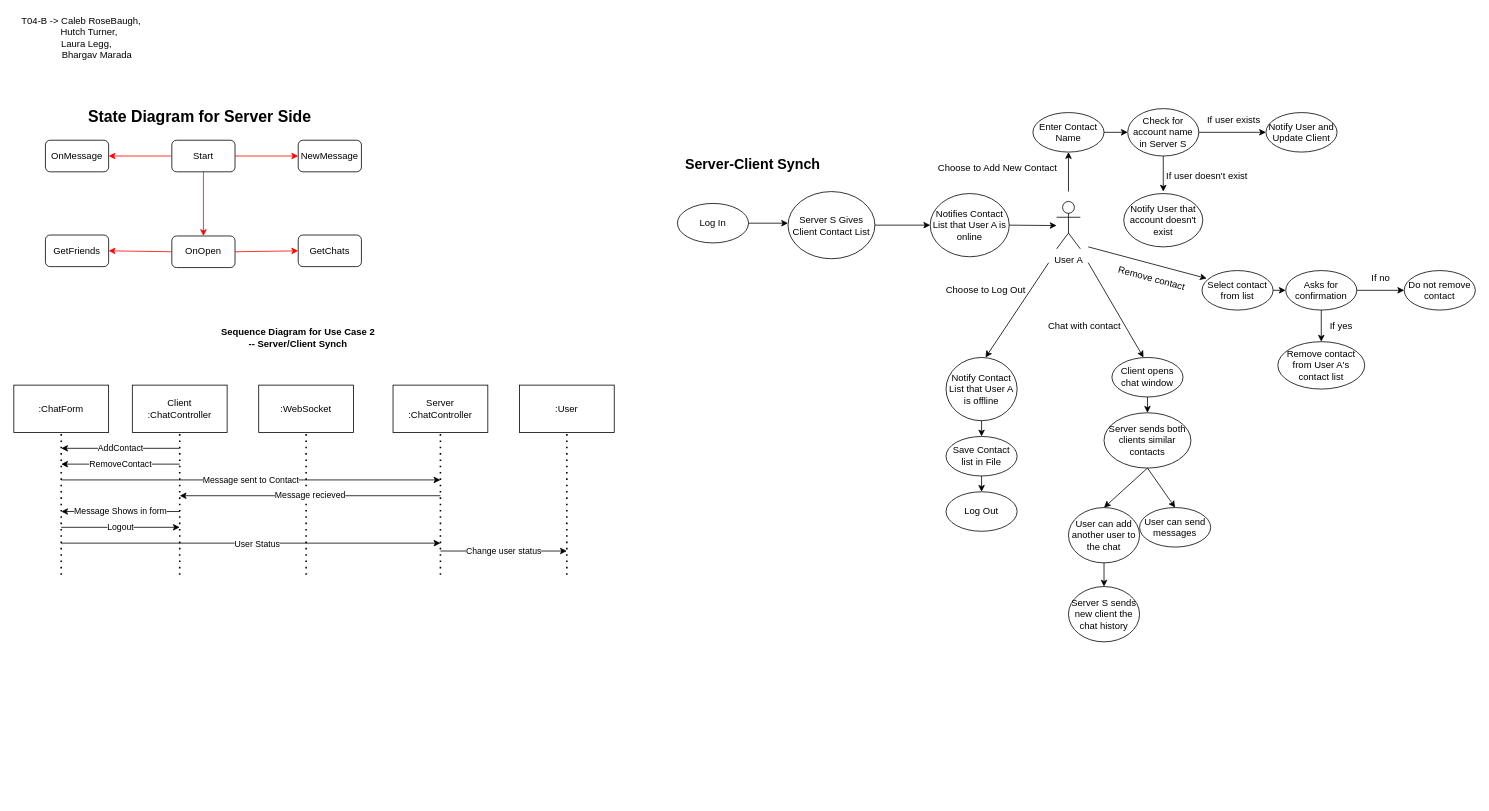
Before: page "Server" (3 of 4) of Chat501App.drawio in Rosebaugh/CS501, a draw.io diagram. Source tidied: cells renumbered, new cells numbered last; positions are measured from the earlier drawing's top-left corner, leaving out a move shared by most shapes. Both pictures are drawn from the tidied source at 79%, with x=0, y=0 at pixel (13, 13).
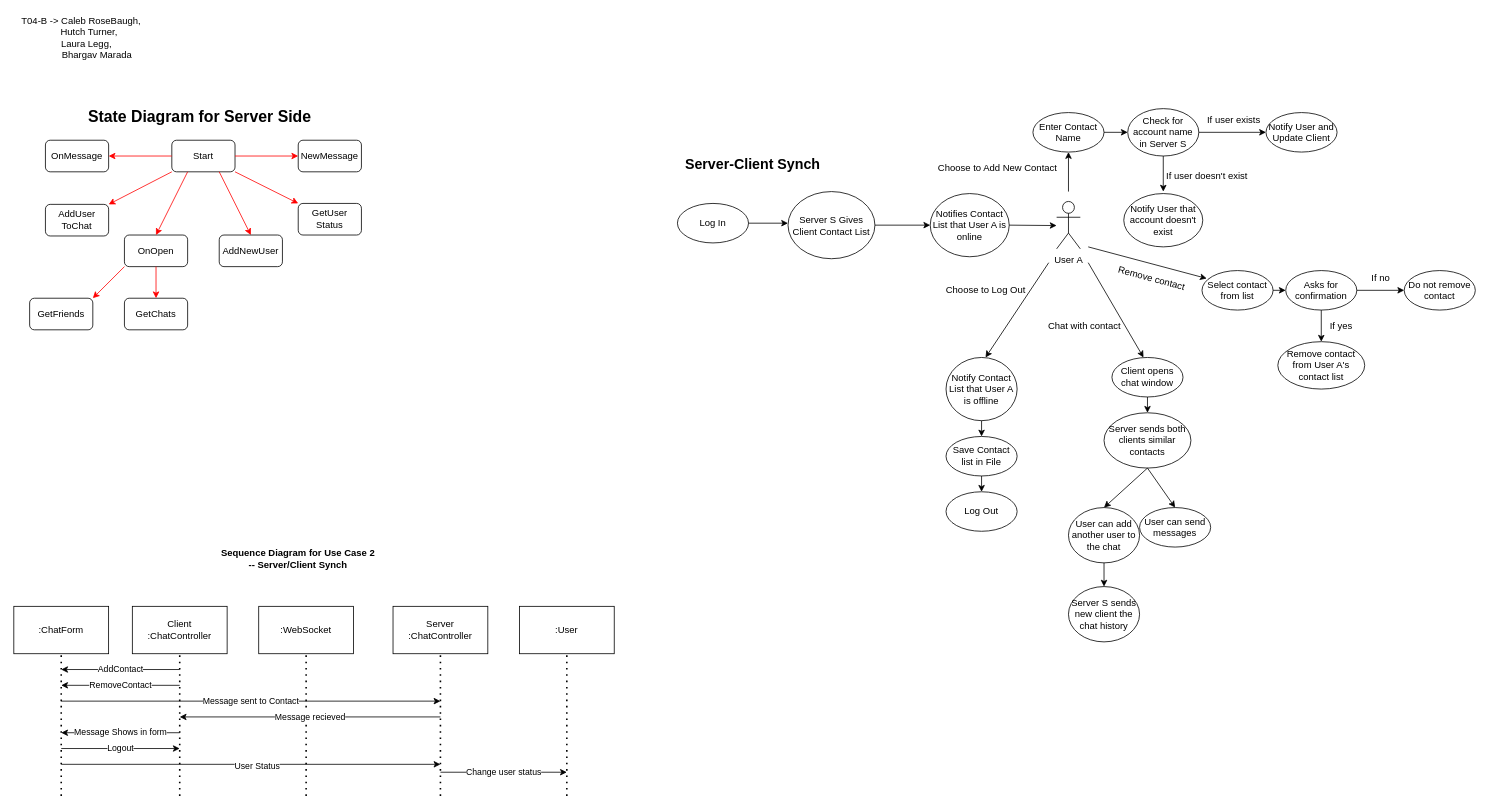
Above is the later version.

The change refers to these unchanged cells:
```xml
<mxCell id="71" value="Start" style="rounded=1;whiteSpace=wrap;html=1;" parent="1" vertex="1">
  <mxGeometry x="200" y="160" width="80" height="40" as="geometry" />
</mxCell>
```

Diff of the diagram source:
```diff
@@
     <mxCell id="51" value=":ChatForm" style="rounded=0;whiteSpace=wrap;html=1;" parent="1" vertex="1">
-      <mxGeometry y="470" width="120" height="60" as="geometry" />
+      <mxGeometry y="750" width="120" height="60" as="geometry" />
     </mxCell>
     <mxCell id="52" value="Client&lt;br&gt;:ChatController" style="rounded=0;whiteSpace=wrap;html=1;" parent="1" vertex="1">
-      <mxGeometry x="150" y="470" width="120" height="60" as="geometry" />
+      <mxGeometry x="150" y="750" width="120" height="60" as="geometry" />
     </mxCell>
     <mxCell id="53" value=":WebSocket" style="rounded=0;whiteSpace=wrap;html=1;" parent="1" vertex="1">
-      <mxGeometry x="310" y="470" width="120" height="60" as="geometry" />
+      <mxGeometry x="310" y="750" width="120" height="60" as="geometry" />
     </mxCell>
     <mxCell id="54" style="endArrow=none;dashed=1;html=1;dashPattern=1 3;strokeWidth=2;entryX=0.5;entryY=1;entryDx=0;entryDy=0;" parent="1" edge="1" target="51">
       <mxGeometry relative="1" as="geometry">
-        <mxPoint x="60" y="710" as="sourcePoint" />
+        <mxPoint x="60" y="990" as="sourcePoint" />
       </mxGeometry>
     </mxCell>
     <mxCell id="55" style="endArrow=none;dashed=1;html=1;dashPattern=1 3;strokeWidth=2;entryX=0.5;entryY=1;entryDx=0;entryDy=0;" parent="1" edge="1" target="52">
       <mxGeometry relative="1" as="geometry">
-        <mxPoint x="210" y="710" as="sourcePoint" />
+        <mxPoint x="210" y="990" as="sourcePoint" />
       </mxGeometry>
     </mxCell>
     <mxCell id="56" style="endArrow=none;dashed=1;html=1;dashPattern=1 3;strokeWidth=2;entryX=0.5;entryY=1;entryDx=0;entryDy=0;" parent="1" edge="1" target="53">
       <mxGeometry relative="1" as="geometry">
-        <mxPoint x="370" y="710" as="sourcePoint" />
+        <mxPoint x="370" y="990" as="sourcePoint" />
       </mxGeometry>
     </mxCell>
     <mxCell id="57" value="Server&lt;br&gt;:ChatController" style="rounded=0;whiteSpace=wrap;html=1;" parent="1" vertex="1">
-      <mxGeometry x="480" y="470" width="120" height="60" as="geometry" />
+      <mxGeometry x="480" y="750" width="120" height="60" as="geometry" />
     </mxCell>
     <mxCell id="58" style="endArrow=none;dashed=1;html=1;dashPattern=1 3;strokeWidth=2;entryX=0.5;entryY=1;entryDx=0;entryDy=0;" parent="1" edge="1" target="57">
       <mxGeometry relative="1" as="geometry">
-        <mxPoint x="540" y="710" as="sourcePoint" />
+        <mxPoint x="540" y="990" as="sourcePoint" />
       </mxGeometry>
     </mxCell>
     <mxCell id="59" value="AddContact" style="endArrow=classic;html=1;" parent="1" edge="1">
       <mxGeometry relative="1" as="geometry">
-        <mxPoint x="210" y="550" as="sourcePoint" />
-        <mxPoint x="60" y="550" as="targetPoint" />
+        <mxPoint x="210" y="830" as="sourcePoint" />
+        <mxPoint x="60" y="830" as="targetPoint" />
       </mxGeometry>
     </mxCell>
     <mxCell id="60" value="RemoveContact" style="endArrow=classic;html=1;" parent="1" edge="1">
       <mxGeometry relative="1" as="geometry">
-        <mxPoint x="210" y="570" as="sourcePoint" />
-        <mxPoint x="60" y="570" as="targetPoint" />
+        <mxPoint x="210" y="850" as="sourcePoint" />
+        <mxPoint x="60" y="850" as="targetPoint" />
       </mxGeometry>
     </mxCell>
     <mxCell id="61" value="Message sent to Contact" style="endArrow=classic;html=1;" parent="1" edge="1">
       <mxGeometry relative="1" as="geometry">
-        <mxPoint x="60" y="590" as="sourcePoint" />
-        <mxPoint x="540" y="590" as="targetPoint" />
+        <mxPoint x="60" y="870" as="sourcePoint" />
+        <mxPoint x="540" y="870" as="targetPoint" />
       </mxGeometry>
     </mxCell>
     <mxCell id="62" value="Message recieved" style="endArrow=classic;html=1;" parent="1" edge="1">
       <mxGeometry relative="1" as="geometry">
-        <mxPoint x="540" y="610" as="sourcePoint" />
-        <mxPoint x="210" y="610" as="targetPoint" />
+        <mxPoint x="540" y="890" as="sourcePoint" />
+        <mxPoint x="210" y="890" as="targetPoint" />
       </mxGeometry>
     </mxCell>
     <mxCell id="63" value="Message Shows in form" style="endArrow=classic;html=1;" parent="1" edge="1">
       <mxGeometry relative="1" as="geometry">
-        <mxPoint x="210" y="630" as="sourcePoint" />
-        <mxPoint x="60" y="630" as="targetPoint" />
+        <mxPoint x="210" y="910" as="sourcePoint" />
+        <mxPoint x="60" y="910" as="targetPoint" />
       </mxGeometry>
     </mxCell>
     <mxCell id="64" value="Logout" style="endArrow=classic;html=1;" parent="1" edge="1">
       <mxGeometry relative="1" as="geometry">
-        <mxPoint x="60" y="650" as="sourcePoint" />
-        <mxPoint x="210" y="650" as="targetPoint" />
+        <mxPoint x="60" y="930" as="sourcePoint" />
+        <mxPoint x="210" y="930" as="targetPoint" />
       </mxGeometry>
     </mxCell>
     <mxCell id="65" style="endArrow=classic;html=1;" parent="1" edge="1">
       <mxGeometry relative="1" as="geometry">
-        <mxPoint x="60" y="670" as="sourcePoint" />
-        <mxPoint x="540" y="670" as="targetPoint" />
+        <mxPoint x="60" y="950" as="sourcePoint" />
+        <mxPoint x="540" y="950" as="targetPoint" />
       </mxGeometry>
     </mxCell>
@@
     <mxCell id="67" value=":User" style="rounded=0;whiteSpace=wrap;html=1;" parent="1" vertex="1">
-      <mxGeometry x="640" y="470" width="120" height="60" as="geometry" />
+      <mxGeometry x="640" y="750" width="120" height="60" as="geometry" />
     </mxCell>
     <mxCell id="68" style="endArrow=none;dashed=1;html=1;dashPattern=1 3;strokeWidth=2;entryX=0.5;entryY=1;entryDx=0;entryDy=0;" parent="1" edge="1" target="67">
       <mxGeometry relative="1" as="geometry">
-        <mxPoint x="700" y="710" as="sourcePoint" />
+        <mxPoint x="700" y="990" as="sourcePoint" />
       </mxGeometry>
     </mxCell>
     <mxCell id="69" value="Change user status" style="endArrow=classic;html=1;" parent="1" edge="1">
       <mxGeometry relative="1" as="geometry">
-        <mxPoint x="540" y="680" as="sourcePoint" />
-        <mxPoint x="700" y="680" as="targetPoint" />
+        <mxPoint x="540" y="960" as="sourcePoint" />
+        <mxPoint x="700" y="960" as="targetPoint" />
       </mxGeometry>
     </mxCell>
     <mxCell id="70" value="&lt;b&gt;Sequence Diagram for Use Case 2 -- Server/Client Synch&lt;/b&gt;" style="text;html=1;strokeColor=none;fillColor=none;align=center;verticalAlign=middle;whiteSpace=wrap;rounded=0;" parent="1" vertex="1">
-      <mxGeometry x="260" y="400" width="200" height="20" as="geometry" />
+      <mxGeometry x="260" y="680" width="200" height="20" as="geometry" />
     </mxCell>
@@
     <mxCell id="72" value="OnOpen" style="rounded=1;whiteSpace=wrap;html=1;" parent="1" vertex="1">
-      <mxGeometry x="200" y="281.2" width="80" height="40" as="geometry" />
+      <mxGeometry x="140" y="280" width="80" height="40" as="geometry" />
     </mxCell>
@@
     <mxCell id="75" value="GetFriends" style="rounded=1;whiteSpace=wrap;html=1;" parent="1" vertex="1">
-      <mxGeometry x="40" y="280" width="80" height="40" as="geometry" />
+      <mxGeometry x="20" y="360" width="80" height="40" as="geometry" />
     </mxCell>
     <mxCell id="76" value="GetChats" style="rounded=1;whiteSpace=wrap;html=1;" parent="1" vertex="1">
-      <mxGeometry x="360" y="280" width="80" height="40" as="geometry" />
+      <mxGeometry x="140" y="360" width="80" height="40" as="geometry" />
     </mxCell>
-    <mxCell id="77" style="endArrow=classic;html=1;exitX=0.5;exitY=1;exitDx=0;exitDy=0;entryX=0.5;entryY=0;entryDx=0;entryDy=0;strokeColor=#FF0000;" parent="1" edge="1" source="71" target="72">
+    <mxCell id="77" style="endArrow=classic;html=1;exitX=0.25;exitY=1;exitDx=0;exitDy=0;entryX=0.5;entryY=0;entryDx=0;entryDy=0;strokeColor=#FF0000;" parent="1" edge="1" source="71" target="72">
       <mxGeometry relative="1" as="geometry" />
     </mxCell>
@@
-    <mxCell id="79" style="endArrow=classic;html=1;strokeColor=#FF0000;exitX=1;exitY=0.5;exitDx=0;exitDy=0;entryX=0;entryY=0.5;entryDx=0;entryDy=0;" parent="1" edge="1" source="72" target="76">
+    <mxCell id="79" style="endArrow=classic;html=1;strokeColor=#FF0000;exitX=0.5;exitY=1;exitDx=0;exitDy=0;entryX=0.5;entryY=0;entryDx=0;entryDy=0;" parent="1" edge="1" source="72" target="76">
       <mxGeometry relative="1" as="geometry" />
     </mxCell>
-    <mxCell id="80" style="endArrow=classic;html=1;strokeColor=#FF0000;exitX=0;exitY=0.5;exitDx=0;exitDy=0;entryX=1;entryY=0.5;entryDx=0;entryDy=0;" parent="1" edge="1" source="72" target="75">
+    <mxCell id="80" style="endArrow=classic;html=1;strokeColor=#FF0000;exitX=0;exitY=1;exitDx=0;exitDy=0;entryX=1;entryY=0;entryDx=0;entryDy=0;" parent="1" edge="1" source="72" target="75">
       <mxGeometry relative="1" as="geometry" />
     </mxCell>
@@
+    <mxCell id="83" style="endArrow=classic;html=1;strokeColor=#FF0000;exitX=0.75;exitY=1;exitDx=0;exitDy=0;entryX=0.5;entryY=0;entryDx=0;entryDy=0;" parent="1" edge="1" source="71" target="84">
+      <mxGeometry relative="1" as="geometry" />
+    </mxCell>
+    <mxCell id="84" value="AddNewUser" style="rounded=1;whiteSpace=wrap;html=1;" parent="1" vertex="1">
+      <mxGeometry x="260" y="280" width="80" height="40" as="geometry" />
+    </mxCell>
+    <mxCell id="85" value="AddUser&lt;br&gt;ToChat" style="rounded=1;whiteSpace=wrap;html=1;" parent="1" vertex="1">
+      <mxGeometry x="40" y="241.2" width="80" height="40" as="geometry" />
+    </mxCell>
+    <mxCell id="86" value="GetUser&lt;br&gt;Status" style="rounded=1;whiteSpace=wrap;html=1;" parent="1" vertex="1">
+      <mxGeometry x="360" y="240" width="80" height="40" as="geometry" />
+    </mxCell>
+    <mxCell id="87" style="endArrow=classic;html=1;strokeColor=#FF0000;exitX=1;exitY=1;exitDx=0;exitDy=0;entryX=0;entryY=0;entryDx=0;entryDy=0;" parent="1" edge="1" source="71" target="86">
+      <mxGeometry relative="1" as="geometry" />
+    </mxCell>
+    <mxCell id="88" style="endArrow=classic;html=1;strokeColor=#FF0000;exitX=0;exitY=1;exitDx=0;exitDy=0;entryX=1;entryY=0;entryDx=0;entryDy=0;" parent="1" edge="1" source="71" target="85">
+      <mxGeometry relative="1" as="geometry" />
+    </mxCell>
```
